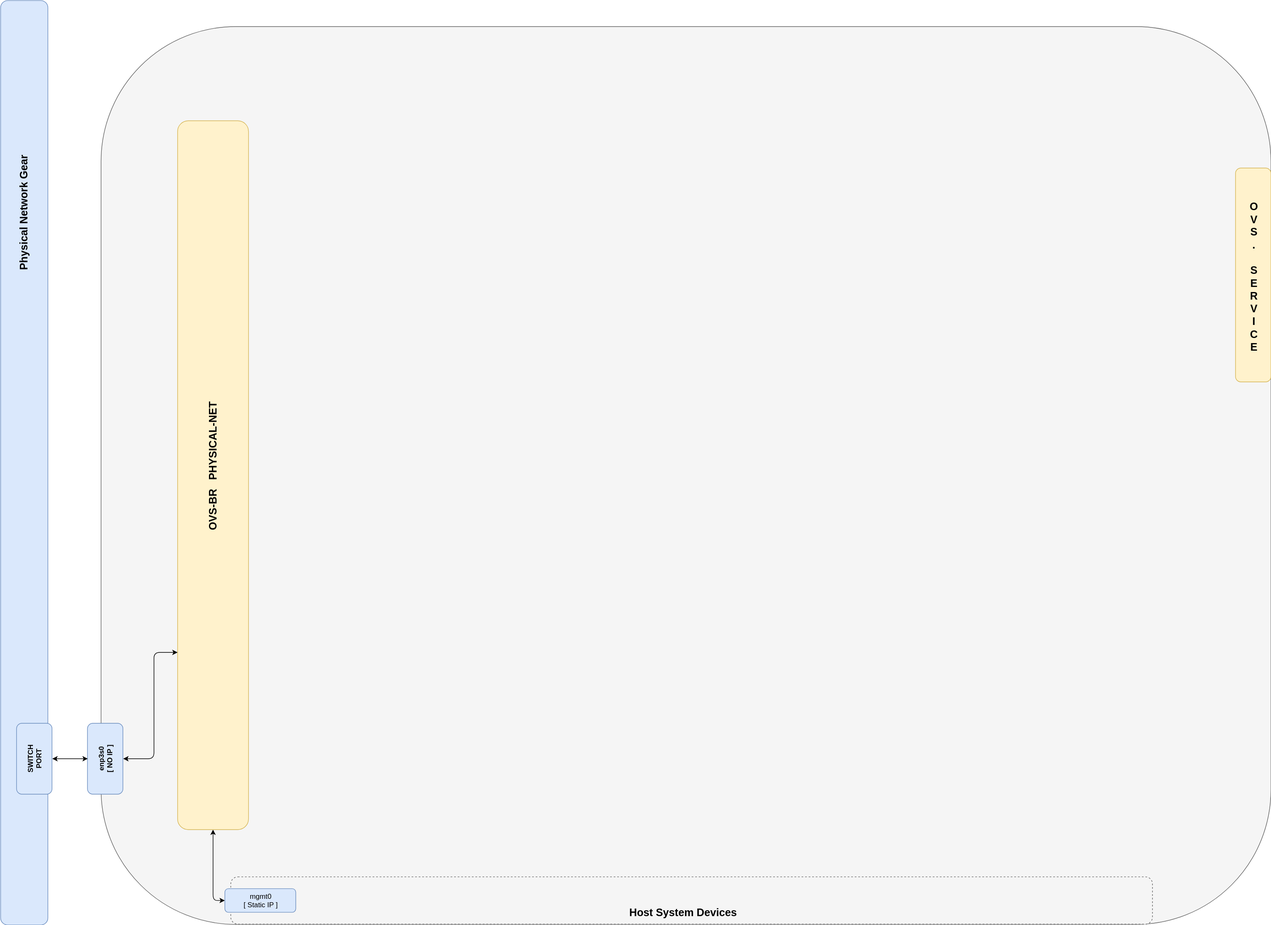
Above: 1_Single_Port_Host-Open_vSwitch_Network_Configuration/web/drawio/single-port-ovs-host.svg in KathrynMorgan/mini-stack (draw.io), before the change. Source tidied: cells renumbered, new cells last; positions are measured from the earlier drawing's top-left corner, leaving out a move shared by most shapes. The source it was exported from:
```xml
<mxGraphModel background="#ffffff">
  <root>
    <mxCell id="0" />
    <mxCell id="1" parent="0" />
    <mxCell id="2" style="rounded=1;whiteSpace=wrap;html=1;fillColor=#f5f5f5;strokeColor=#666666;" parent="1" vertex="1">
      <mxGeometry x="912.5" y="0.5" width="1980" height="1520" as="geometry" />
    </mxCell>
    <mxCell id="3" style="rounded=1;whiteSpace=wrap;html=1;fillColor=#dae8fc;strokeColor=#6c8ebf;rotation=90;" parent="1" vertex="1">
      <mxGeometry y="699" width="1565" height="80" as="geometry" />
    </mxCell>
    <mxCell id="4" style="edgeStyle=orthogonalEdgeStyle;rounded=1;html=1;exitX=0.5;exitY=1;entryX=0;entryY=0.5;startArrow=classic;startFill=1;jettySize=auto;strokeColor=#000000;fontSize=18;" parent="1" edge="1" source="5" target="10">
      <mxGeometry relative="1" as="geometry" />
    </mxCell>
    <mxCell id="5" style="rounded=1;whiteSpace=wrap;html=1;fillColor=#fff2cc;strokeColor=#d6b656;" parent="1" vertex="1">
      <mxGeometry x="1042" y="160" width="120" height="1200" as="geometry" />
    </mxCell>
    <mxCell id="6" value="&lt;font style=&quot;font-size: 18px&quot;&gt;&lt;b&gt;OVS-BR&amp;nbsp; &amp;nbsp;PHYSICAL-NET&lt;/b&gt;&lt;/font&gt;" style="text;html=1;strokeColor=none;fillColor=none;align=center;verticalAlign=middle;whiteSpace=wrap;rounded=0;rotation=-90;" parent="1" vertex="1">
      <mxGeometry x="957" y="730" width="290" height="30" as="geometry" />
    </mxCell>
    <mxCell id="7" style="edgeStyle=segmentEdgeStyle;endArrow=classic;html=1;startArrow=classic;startFill=1;exitX=0;exitY=0.75;entryX=0.5;entryY=1;" parent="1" edge="1" source="5" target="12">
      <mxGeometry relative="1" as="geometry">
        <Array as="points">
          <mxPoint x="1002" y="1060" />
          <mxPoint x="1002" y="1240" />
        </Array>
      </mxGeometry>
    </mxCell>
    <mxCell id="8" value="Physical Network Gear" style="text;html=1;strokeColor=none;fillColor=none;align=center;verticalAlign=middle;whiteSpace=wrap;rounded=0;fontSize=18;fontStyle=1;rotation=-90;" parent="1" vertex="1">
      <mxGeometry x="676.5" y="305.1" width="210" height="20" as="geometry" />
    </mxCell>
    <mxCell id="9" style="rounded=1;whiteSpace=wrap;html=1;fontSize=18;fillColor=#f5f5f5;strokeColor=#666666;dashed=1;" parent="1" vertex="1">
      <mxGeometry x="1132" y="1440" width="1560" height="80" as="geometry" />
    </mxCell>
    <mxCell id="10" value="mgmt0&lt;br&gt;[ Static IP ]&lt;br&gt;" style="rounded=1;whiteSpace=wrap;html=1;fillColor=#dae8fc;strokeColor=#6c8ebf;" parent="1" vertex="1">
      <mxGeometry x="1122" y="1460" width="120" height="40" as="geometry" />
    </mxCell>
    <mxCell id="11" value="&lt;b&gt;Host System Devices&lt;br&gt;&lt;/b&gt;" style="text;html=1;strokeColor=none;fillColor=none;align=center;verticalAlign=middle;whiteSpace=wrap;rounded=0;dashed=1;fontSize=18;" parent="1" vertex="1">
      <mxGeometry x="1772" y="1480" width="250" height="40" as="geometry" />
    </mxCell>
    <mxCell id="12" value="&lt;b&gt;enp3s0&lt;br&gt;[ NO IP ]&lt;/b&gt;" style="rounded=1;whiteSpace=wrap;html=1;fillColor=#dae8fc;strokeColor=#6c8ebf;rotation=-90;" parent="1" vertex="1">
      <mxGeometry x="859.5" y="1210" width="120" height="60" as="geometry" />
    </mxCell>
    <mxCell id="13" style="edgeStyle=orthogonalEdgeStyle;rounded=0;html=1;exitX=0.5;exitY=1;entryX=0.5;entryY=0;startArrow=classic;startFill=1;jettySize=auto;fontSize=18;" parent="1" edge="1" source="14" target="12">
      <mxGeometry relative="1" as="geometry" />
    </mxCell>
    <mxCell id="14" value="&lt;b&gt;SWITCH&lt;br&gt;PORT&lt;/b&gt;" style="rounded=1;whiteSpace=wrap;html=1;fillColor=#dae8fc;strokeColor=#6c8ebf;rotation=-90;" parent="1" vertex="1">
      <mxGeometry x="739.5" y="1210" width="120" height="60" as="geometry" />
    </mxCell>
    <mxCell id="15" style="rounded=1;whiteSpace=wrap;html=1;fillColor=#fff2cc;strokeColor=#d6b656;rotation=0;" parent="1" vertex="1">
      <mxGeometry x="2832.5" y="240" width="60" height="362" as="geometry" />
    </mxCell>
    <mxCell id="16" value="&lt;span style=&quot;font-size: 18px&quot;&gt;&lt;b&gt;O&lt;br&gt;V&lt;br&gt;S&lt;br&gt;.&lt;br&gt;&lt;br&gt;S&lt;br&gt;E&lt;br&gt;R&lt;br&gt;V&lt;br&gt;I&lt;br&gt;C&lt;br&gt;E&lt;br&gt;&lt;/b&gt;&lt;/span&gt;" style="text;html=1;strokeColor=none;fillColor=none;align=center;verticalAlign=middle;whiteSpace=wrap;rounded=0;" parent="1" vertex="1">
      <mxGeometry x="2842.5" y="392" width="40" height="58" as="geometry" />
    </mxCell>
  </root>
</mxGraphModel>
```
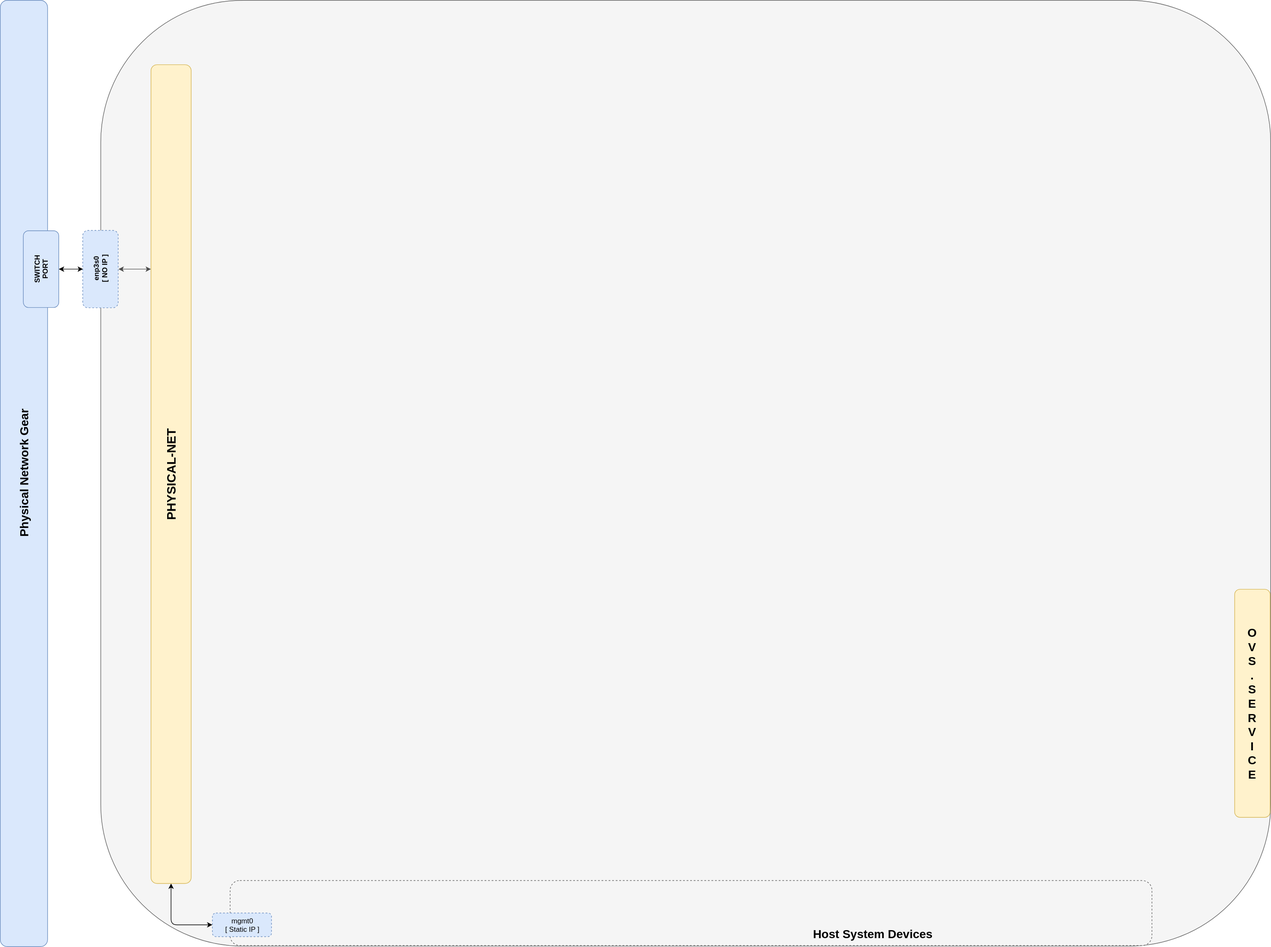
After the change.

What changed in the source:
```diff
@@ -3,54 +3,40 @@
     <mxCell id="0" />
     <mxCell id="1" parent="0" />
     <mxCell id="2" style="rounded=1;whiteSpace=wrap;html=1;fillColor=#f5f5f5;strokeColor=#666666;" parent="1" vertex="1">
-      <mxGeometry x="912.5" y="0.5" width="1980" height="1520" as="geometry" />
+      <mxGeometry x="913" y="-80" width="1980" height="1601" as="geometry" />
     </mxCell>
-    <mxCell id="3" style="rounded=1;whiteSpace=wrap;html=1;fillColor=#dae8fc;strokeColor=#6c8ebf;rotation=90;" parent="1" vertex="1">
-      <mxGeometry y="699" width="1565" height="80" as="geometry" />
+    <mxCell id="3" value="&lt;b&gt;&lt;font style=&quot;font-size: 20px&quot;&gt;Physical Network Gear&lt;/font&gt;&lt;/b&gt;" style="rounded=1;whiteSpace=wrap;html=1;fillColor=#dae8fc;strokeColor=#6c8ebf;rotation=-90;" parent="1" vertex="1">
+      <mxGeometry x="-18" y="681" width="1602" height="80" as="geometry" />
     </mxCell>
-    <mxCell id="4" style="edgeStyle=orthogonalEdgeStyle;rounded=1;html=1;exitX=0.5;exitY=1;entryX=0;entryY=0.5;startArrow=classic;startFill=1;jettySize=auto;strokeColor=#000000;fontSize=18;" parent="1" edge="1" source="5" target="10">
+    <mxCell id="4" style="edgeStyle=orthogonalEdgeStyle;rounded=1;html=1;exitX=1;exitY=0.5;entryX=0;entryY=0.5;startArrow=classic;startFill=1;jettySize=auto;strokeColor=#000000;fontSize=18;" parent="1" edge="1" source="5" target="10">
       <mxGeometry relative="1" as="geometry" />
     </mxCell>
+    <mxCell id="7" style="edgeStyle=orthogonalEdgeStyle;rounded=1;html=1;exitX=0.25;exitY=1;entryX=0.5;entryY=1;startArrow=classic;startFill=1;jettySize=auto;strokeColor=#4D4D4D;" parent="1" edge="1" source="5" target="12">
+      <mxGeometry relative="1" as="geometry" />
+    </mxCell>
-    <mxCell id="5" style="rounded=1;whiteSpace=wrap;html=1;fillColor=#fff2cc;strokeColor=#d6b656;" parent="1" vertex="1">
-      <mxGeometry x="1042" y="160" width="120" height="1200" as="geometry" />
+    <mxCell id="5" value="&lt;b&gt;&lt;font style=&quot;font-size: 21px&quot;&gt;PHYSICAL-NET&lt;/font&gt;&lt;/b&gt;" style="rounded=1;whiteSpace=wrap;html=1;fillColor=#fff2cc;strokeColor=#d6b656;direction=west;rotation=-90;" parent="1" vertex="1">
+      <mxGeometry x="339" y="688" width="1386" height="68" as="geometry" />
     </mxCell>
-    <mxCell id="6" value="&lt;font style=&quot;font-size: 18px&quot;&gt;&lt;b&gt;OVS-BR&amp;nbsp; &amp;nbsp;PHYSICAL-NET&lt;/b&gt;&lt;/font&gt;" style="text;html=1;strokeColor=none;fillColor=none;align=center;verticalAlign=middle;whiteSpace=wrap;rounded=0;rotation=-90;" parent="1" vertex="1">
-      <mxGeometry x="957" y="730" width="290" height="30" as="geometry" />
-    </mxCell>
-    <mxCell id="7" style="edgeStyle=segmentEdgeStyle;endArrow=classic;html=1;startArrow=classic;startFill=1;exitX=0;exitY=0.75;entryX=0.5;entryY=1;" parent="1" edge="1" source="5" target="12">
-      <mxGeometry relative="1" as="geometry">
-        <Array as="points">
-          <mxPoint x="1002" y="1060" />
-          <mxPoint x="1002" y="1240" />
-        </Array>
-      </mxGeometry>
-    </mxCell>
-    <mxCell id="8" value="Physical Network Gear" style="text;html=1;strokeColor=none;fillColor=none;align=center;verticalAlign=middle;whiteSpace=wrap;rounded=0;fontSize=18;fontStyle=1;rotation=-90;" parent="1" vertex="1">
-      <mxGeometry x="676.5" y="305.1" width="210" height="20" as="geometry" />
-    </mxCell>
     <mxCell id="9" style="rounded=1;whiteSpace=wrap;html=1;fontSize=18;fillColor=#f5f5f5;strokeColor=#666666;dashed=1;" parent="1" vertex="1">
-      <mxGeometry x="1132" y="1440" width="1560" height="80" as="geometry" />
+      <mxGeometry x="1132" y="1410" width="1560" height="110" as="geometry" />
     </mxCell>
-    <mxCell id="10" value="mgmt0&lt;br&gt;[ Static IP ]&lt;br&gt;" style="rounded=1;whiteSpace=wrap;html=1;fillColor=#dae8fc;strokeColor=#6c8ebf;" parent="1" vertex="1">
-      <mxGeometry x="1122" y="1460" width="120" height="40" as="geometry" />
+    <mxCell id="10" value="mgmt0&lt;br&gt;[ Static IP ]&lt;br&gt;" style="rounded=1;whiteSpace=wrap;html=1;fillColor=#dae8fc;strokeColor=#6c8ebf;dashed=1;" parent="1" vertex="1">
+      <mxGeometry x="1102" y="1465" width="100" height="40" as="geometry" />
     </mxCell>
-    <mxCell id="11" value="&lt;b&gt;Host System Devices&lt;br&gt;&lt;/b&gt;" style="text;html=1;strokeColor=none;fillColor=none;align=center;verticalAlign=middle;whiteSpace=wrap;rounded=0;dashed=1;fontSize=18;" parent="1" vertex="1">
-      <mxGeometry x="1772" y="1480" width="250" height="40" as="geometry" />
+    <mxCell id="11" value="&lt;b&gt;&lt;font style=&quot;font-size: 20px&quot;&gt;Host System Devices&lt;/font&gt;&lt;br&gt;&lt;/b&gt;" style="text;html=1;strokeColor=none;fillColor=none;align=center;verticalAlign=middle;whiteSpace=wrap;rounded=0;dashed=1;fontSize=18;" parent="1" vertex="1">
+      <mxGeometry x="2094" y="1480" width="250" height="40" as="geometry" />
     </mxCell>
-    <mxCell id="12" value="&lt;b&gt;enp3s0&lt;br&gt;[ NO IP ]&lt;/b&gt;" style="rounded=1;whiteSpace=wrap;html=1;fillColor=#dae8fc;strokeColor=#6c8ebf;rotation=-90;" parent="1" vertex="1">
-      <mxGeometry x="859.5" y="1210" width="120" height="60" as="geometry" />
+    <mxCell id="12" value="&lt;b&gt;enp3s0&lt;br&gt;[ NO IP ]&lt;/b&gt;" style="rounded=1;whiteSpace=wrap;html=1;fillColor=#dae8fc;strokeColor=#6c8ebf;rotation=-90;dashed=1;" parent="1" vertex="1">
+      <mxGeometry x="847" y="345" width="131" height="60" as="geometry" />
     </mxCell>
-    <mxCell id="13" style="edgeStyle=orthogonalEdgeStyle;rounded=0;html=1;exitX=0.5;exitY=1;entryX=0.5;entryY=0;startArrow=classic;startFill=1;jettySize=auto;fontSize=18;" parent="1" edge="1" source="14" target="12">
+    <mxCell id="13" style="edgeStyle=orthogonalEdgeStyle;rounded=1;html=1;exitX=0.5;exitY=1;entryX=0.5;entryY=0;startArrow=classic;startFill=1;jettySize=auto;fontSize=18;" parent="1" edge="1" source="14" target="12">
       <mxGeometry relative="1" as="geometry" />
     </mxCell>
     <mxCell id="14" value="&lt;b&gt;SWITCH&lt;br&gt;PORT&lt;/b&gt;" style="rounded=1;whiteSpace=wrap;html=1;fillColor=#dae8fc;strokeColor=#6c8ebf;rotation=-90;" parent="1" vertex="1">
-      <mxGeometry x="739.5" y="1210" width="120" height="60" as="geometry" />
+      <mxGeometry x="747" y="345" width="130" height="60" as="geometry" />
     </mxCell>
-    <mxCell id="15" style="rounded=1;whiteSpace=wrap;html=1;fillColor=#fff2cc;strokeColor=#d6b656;rotation=0;" parent="1" vertex="1">
-      <mxGeometry x="2832.5" y="240" width="60" height="362" as="geometry" />
+    <mxCell id="15" value="&lt;b style=&quot;font-size: 20px&quot;&gt;O&lt;br&gt;V&lt;br&gt;S&lt;br&gt;.&lt;br&gt;S&lt;br&gt;E&lt;br&gt;R&lt;br&gt;V&lt;br&gt;I&lt;br&gt;C&lt;br&gt;E&lt;/b&gt;" style="rounded=1;whiteSpace=wrap;html=1;fillColor=#fff2cc;strokeColor=#d6b656;rotation=0;" parent="1" vertex="1">
+      <mxGeometry x="2832" y="917" width="60" height="386" as="geometry" />
     </mxCell>
-    <mxCell id="16" value="&lt;span style=&quot;font-size: 18px&quot;&gt;&lt;b&gt;O&lt;br&gt;V&lt;br&gt;S&lt;br&gt;.&lt;br&gt;&lt;br&gt;S&lt;br&gt;E&lt;br&gt;R&lt;br&gt;V&lt;br&gt;I&lt;br&gt;C&lt;br&gt;E&lt;br&gt;&lt;/b&gt;&lt;/span&gt;" style="text;html=1;strokeColor=none;fillColor=none;align=center;verticalAlign=middle;whiteSpace=wrap;rounded=0;" parent="1" vertex="1">
-      <mxGeometry x="2842.5" y="392" width="40" height="58" as="geometry" />
-    </mxCell>
   </root>
 </mxGraphModel>
```
